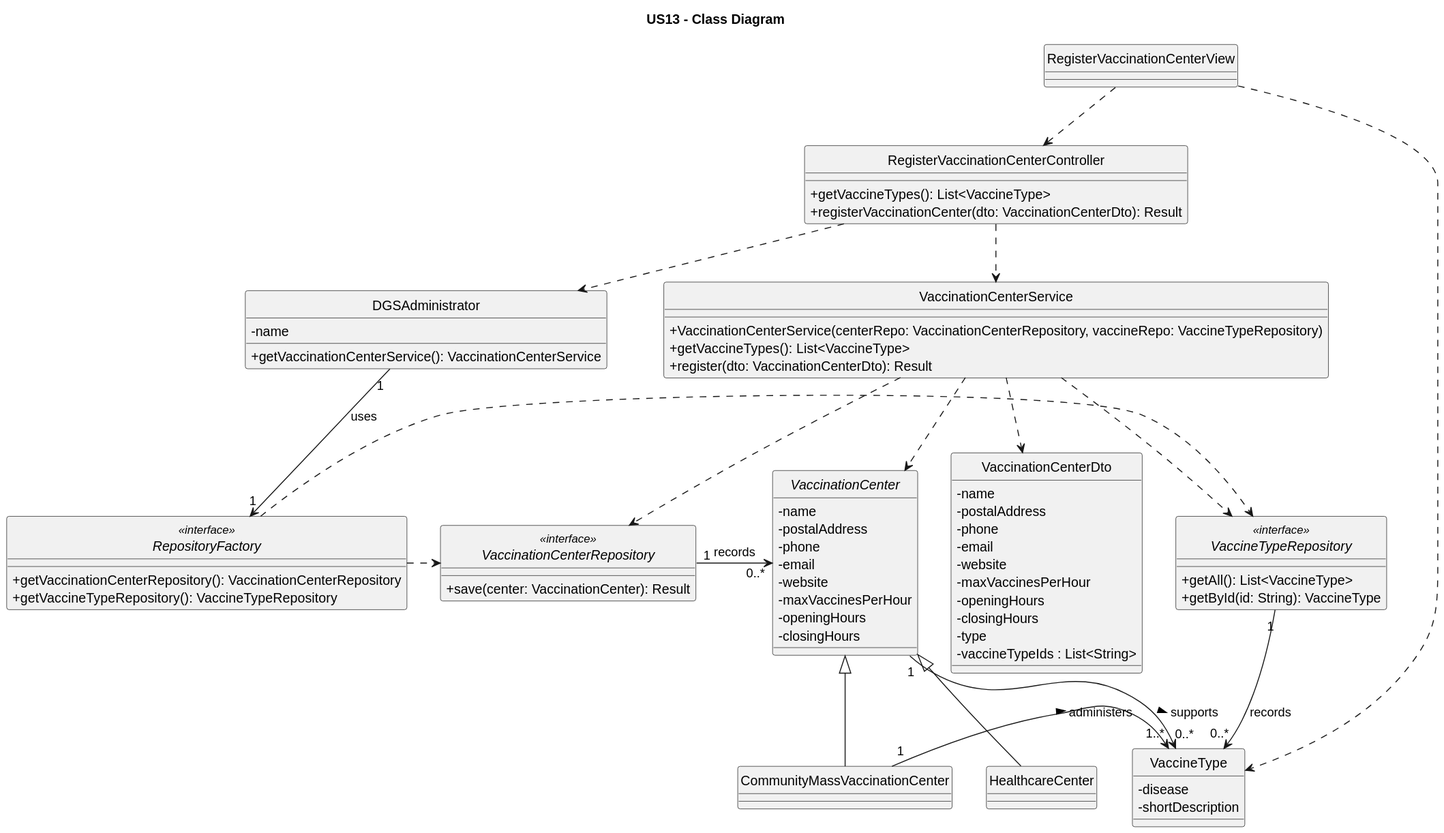
The PlantUML diagram docs/system-documentation/US13/svg/US13-CD.svg in luluisfcm/leti-esoft-25-26-B5, before a commit.
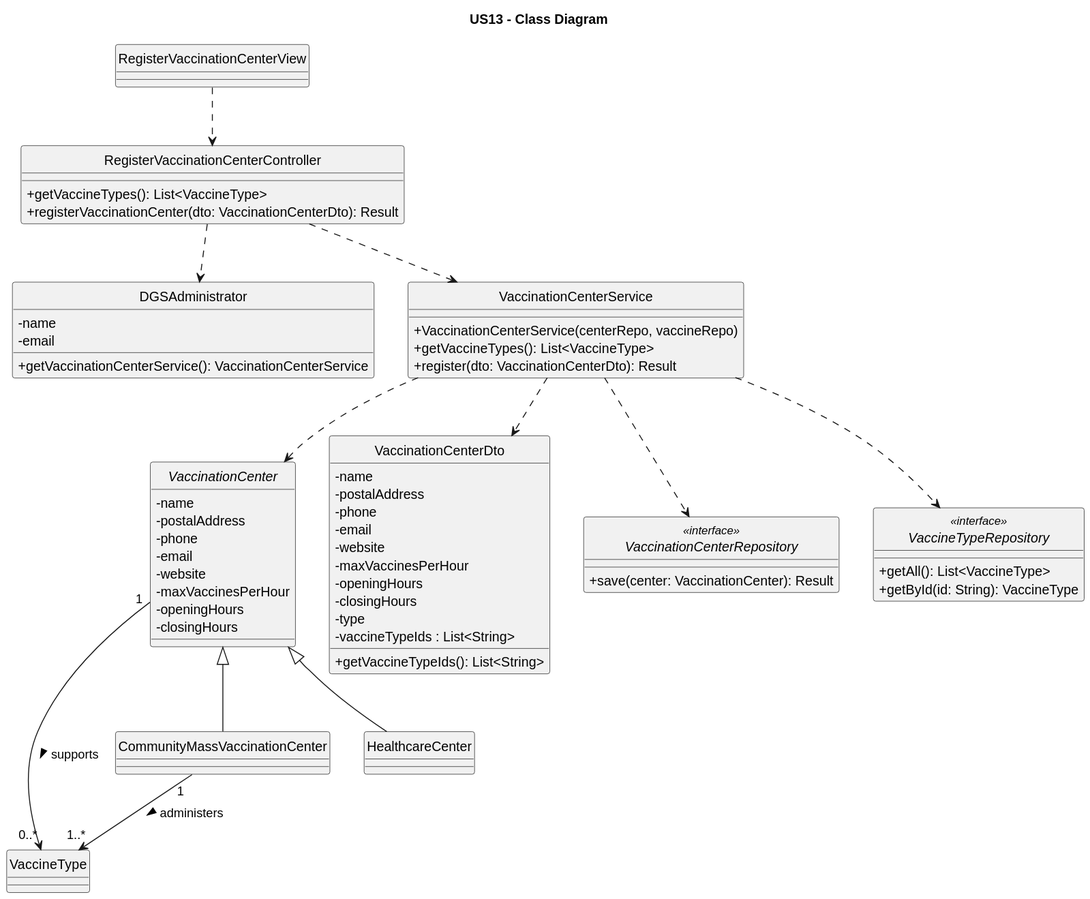
The same diagram one commit later.

The edit, as a diff of the source:
```diff
@@ -1,6 +1,5 @@
 @startuml
 title US13 - Class Diagram
-
 hide circle
 skinparam classAttributeIconSize 0
 
@@ -14,11 +13,12 @@
 
 class DGSAdministrator {
     - name
+    - email
     + getVaccinationCenterService(): VaccinationCenterService
 }
 
 class VaccinationCenterService {
-    + VaccinationCenterService(centerRepo: VaccinationCenterRepository, vaccineRepo: VaccineTypeRepository)
+    + VaccinationCenterService(centerRepo, vaccineRepo)
     + getVaccineTypes(): List<VaccineType>
     + register(dto: VaccinationCenterDto): Result
 }
@@ -34,6 +34,7 @@
     - closingHours
     - type
     - vaccineTypeIds : List<String>
+    + getVaccineTypeIds(): List<String>
 }
 
 interface VaccinationCenterRepository <<interface>> {
@@ -43,11 +44,6 @@
 interface VaccineTypeRepository <<interface>> {
     + getAll(): List<VaccineType>
     + getById(id: String): VaccineType
-}
-
-interface RepositoryFactory <<interface>> {
-    + getVaccinationCenterRepository(): VaccinationCenterRepository
-    + getVaccineTypeRepository(): VaccineTypeRepository
 }
 
 abstract class VaccinationCenter {
@@ -64,33 +60,16 @@
 class CommunityMassVaccinationCenter
 class HealthcareCenter
 
-class VaccineType {
-    - disease
-    - shortDescription
-}
-
 VaccinationCenter <|-- CommunityMassVaccinationCenter
 VaccinationCenter <|-- HealthcareCenter
-
 VaccinationCenter "1" -right-> "0..*" VaccineType : supports >
-CommunityMassVaccinationCenter "1" -right-> "1..*" VaccineType : administers >
+CommunityMassVaccinationCenter "1" --> "1..*" VaccineType : administers >
 
 RegisterVaccinationCenterView ..> RegisterVaccinationCenterController
-RegisterVaccinationCenterView ..> VaccineType
-
 RegisterVaccinationCenterController ..> DGSAdministrator
 RegisterVaccinationCenterController ..> VaccinationCenterService
-
 VaccinationCenterService ..> VaccinationCenterRepository
 VaccinationCenterService ..> VaccineTypeRepository
 VaccinationCenterService ..> VaccinationCenterDto
 VaccinationCenterService ..> VaccinationCenter
-
-DGSAdministrator "1" -down-> "1" RepositoryFactory : uses
-
-RepositoryFactory .right.> VaccinationCenterRepository
-RepositoryFactory .right.> VaccineTypeRepository
-
-VaccinationCenterRepository "1" -right-> "0..*" VaccinationCenter : records
-VaccineTypeRepository "1" -right-> "0..*" VaccineType : records
 @enduml
```
